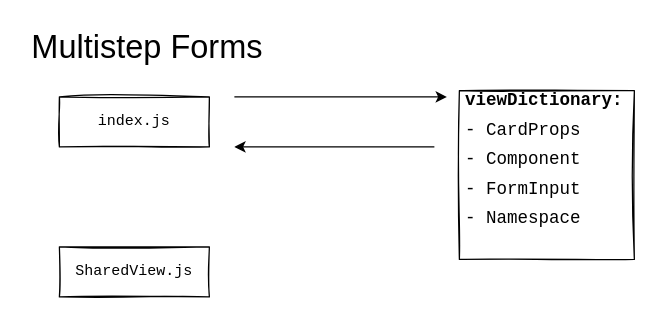
Above: Multistep Form.drawio in vanvemden/diagrams (draw.io), before the change. Source tidied: cells renumbered, new cells numbered last; positions are measured from the earlier drawing's top-left corner, leaving out a move shared by most shapes. Both pictures are drawn from the tidied source at 125%, with x=0, y=0 at pixel (21, 21).
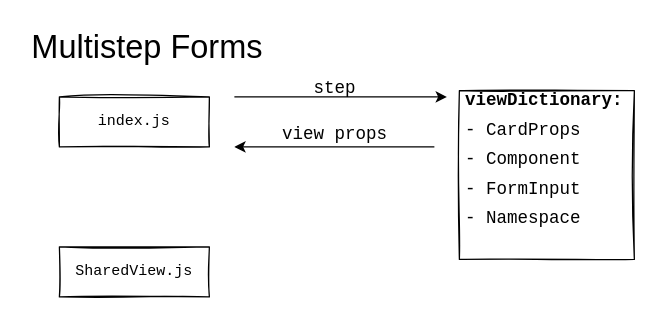
The same diagram, later.

Change to the diagram source:
```diff
@@
 <mxGraphModel>
   <root>
     <mxCell id="0" />
     <mxCell id="1" parent="0" />
     <mxCell id="2" value="&lt;pre&gt;index.js&lt;/pre&gt;" style="whiteSpace=wrap;html=1;sketch=1;" parent="1" vertex="1">
       <mxGeometry x="30" y="60" width="120" height="40" as="geometry" />
     </mxCell>
     <mxCell id="3" value="&lt;pre&gt;SharedView.js&lt;/pre&gt;" style="whiteSpace=wrap;html=1;sketch=1;" parent="1" vertex="1">
       <mxGeometry x="30" y="180" width="120" height="40" as="geometry" />
     </mxCell>
     <mxCell id="4" value="Multistep Forms" style="text;html=1;align=center;verticalAlign=middle;fillColor=none;strokeColor=none;rounded=0;sketch=1;fontSize=26;" parent="1" vertex="1">
       <mxGeometry width="200" height="40" as="geometry" />
     </mxCell>
     <mxCell id="5" value="&lt;pre style=&quot;line-height: 90%&quot;&gt;&lt;font style=&quot;font-size: 14px ; line-height: 70%&quot;&gt;&lt;b&gt;viewDictionary:&lt;br&gt;&lt;/b&gt;&lt;/font&gt;&lt;font style=&quot;font-size: 14px ; line-height: 70%&quot;&gt;- CardProps&lt;br&gt;&lt;/font&gt;&lt;font style=&quot;font-size: 14px ; line-height: 70%&quot;&gt;- Component&lt;br&gt;&lt;/font&gt;&lt;font style=&quot;font-size: 14px ; line-height: 70%&quot;&gt;- FormInput&lt;br&gt;&lt;/font&gt;&lt;font style=&quot;font-size: 14px ; line-height: 70%&quot;&gt;- Namespace&lt;/font&gt;&lt;/pre&gt;&lt;font style=&quot;font-size: 14px ; line-height: 70%&quot;&gt;&lt;br&gt;&lt;/font&gt;" style="html=1;sketch=1;fontSize=26;align=left;spacingLeft=3;" parent="1" vertex="1">
       <mxGeometry x="350" y="55" width="140" height="135" as="geometry" />
     </mxCell>
     <mxCell id="6" style="endArrow=classic;html=1;fontSize=26;" parent="1" edge="1">
       <mxGeometry relative="1" as="geometry">
         <mxPoint x="330" y="100" as="sourcePoint" />
         <mxPoint x="170" y="100" as="targetPoint" />
       </mxGeometry>
     </mxCell>
     <mxCell id="7" style="endArrow=classic;html=1;fontSize=26;" parent="1" edge="1">
       <mxGeometry relative="1" as="geometry">
         <mxPoint x="170" y="60" as="sourcePoint" />
         <mxPoint x="340" y="60" as="targetPoint" />
       </mxGeometry>
     </mxCell>
+    <mxCell id="8" value="&lt;pre&gt;&lt;font style=&quot;font-size: 14px&quot;&gt;step&lt;/font&gt;&lt;/pre&gt;" style="text;html=1;align=center;verticalAlign=middle;fontSize=26;" parent="1" vertex="1">
+      <mxGeometry x="225" y="5" width="50" height="90" as="geometry" />
+    </mxCell>
+    <mxCell id="9" value="&lt;pre&gt;&lt;font style=&quot;font-size: 14px&quot;&gt;view props&lt;/font&gt;&lt;/pre&gt;" style="text;html=1;align=center;verticalAlign=middle;fontSize=26;" parent="1" vertex="1">
+      <mxGeometry x="200" y="42" width="100" height="90" as="geometry" />
+    </mxCell>
   </root>
 </mxGraphModel>
```
